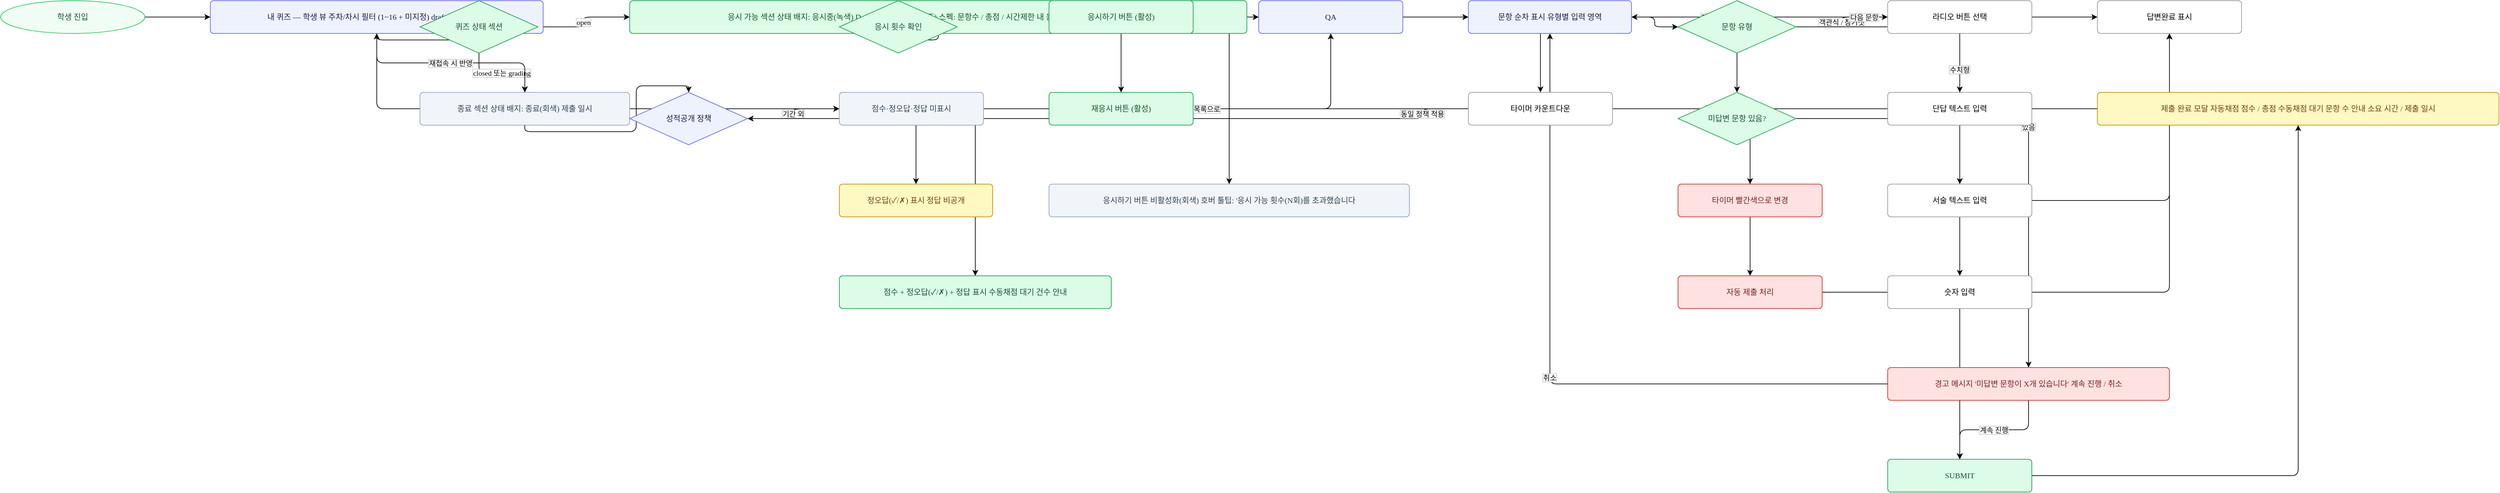
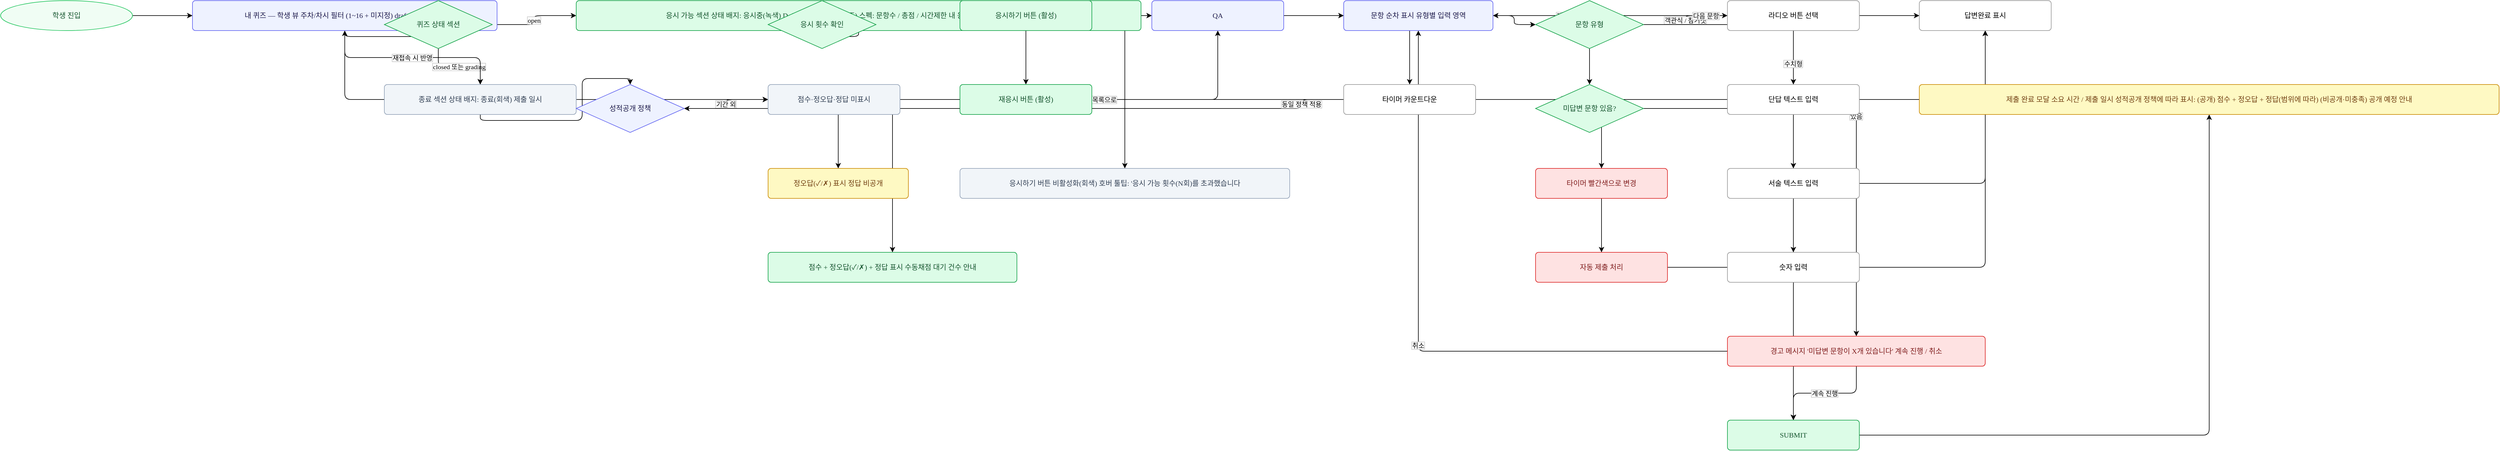
<mxGraphModel dx="2400" dy="1200" grid="1" gridSize="10" guides="1" tooltips="1" connect="1" arrows="1" fold="1" page="1" pageScale="1" pageWidth="3300" pageHeight="1169" math="0" shadow="0">
  <root>
    <mxCell id="0" />
    <mxCell id="1" parent="0" />
    <mxCell id="e30" value="" style="edgeStyle=orthogonalEdgeStyle;rounded=1;fontSize=11;fontFamily=Pretendard,sans-serif;labelBackgroundColor=#FFFFFF;labelBorderColor=#CCCCCC;" edge="1" source="n2" target="n3" parent="1">
      <mxGeometry relative="1" as="geometry" />
    </mxCell>
    <mxCell id="e31" value="" style="edgeStyle=orthogonalEdgeStyle;rounded=1;fontSize=11;fontFamily=Pretendard,sans-serif;labelBackgroundColor=#FFFFFF;labelBorderColor=#CCCCCC;" edge="1" source="n3" target="n4" parent="1">
      <mxGeometry relative="1" as="geometry" />
    </mxCell>
    <mxCell id="e32" value="open" style="edgeStyle=orthogonalEdgeStyle;rounded=1;fontSize=11;fontFamily=Pretendard,sans-serif;labelBackgroundColor=#FFFFFF;labelBorderColor=#CCCCCC;" edge="1" source="n4" target="n5" parent="1">
      <mxGeometry relative="1" as="geometry" />
    </mxCell>
    <mxCell id="e33" value="closed 또는 grading" style="edgeStyle=orthogonalEdgeStyle;rounded=1;fontSize=11;fontFamily=Pretendard,sans-serif;labelBackgroundColor=#FFFFFF;labelBorderColor=#CCCCCC;" edge="1" source="n4" target="n6" parent="1">
      <mxGeometry relative="1" as="geometry" />
    </mxCell>
    <mxCell id="e34" value="" style="edgeStyle=orthogonalEdgeStyle;rounded=1;fontSize=11;fontFamily=Pretendard,sans-serif;labelBackgroundColor=#FFFFFF;labelBorderColor=#CCCCCC;" edge="1" source="n6" target="n7" parent="1">
      <mxGeometry relative="1" as="geometry" />
    </mxCell>
    <mxCell id="e35" value="비공개" style="edgeStyle=orthogonalEdgeStyle;rounded=1;fontSize=11;fontFamily=Pretendard,sans-serif;labelBackgroundColor=#FFFFFF;labelBorderColor=#CCCCCC;" edge="1" source="n7" target="n8" parent="1">
      <mxGeometry relative="1" as="geometry" />
    </mxCell>
    <mxCell id="e36" value="오답여부만" style="edgeStyle=orthogonalEdgeStyle;rounded=1;fontSize=11;fontFamily=Pretendard,sans-serif;labelBackgroundColor=#FFFFFF;labelBorderColor=#CCCCCC;" edge="1" source="n7" target="n9" parent="1">
      <mxGeometry relative="1" as="geometry" />
    </mxCell>
    <mxCell id="e37" value="정답까지·마감후·기간내" style="edgeStyle=orthogonalEdgeStyle;rounded=1;fontSize=11;fontFamily=Pretendard,sans-serif;labelBackgroundColor=#FFFFFF;labelBorderColor=#CCCCCC;" edge="1" source="n7" target="n10" parent="1">
      <mxGeometry relative="1" as="geometry" />
    </mxCell>
    <mxCell id="e38" value="기간 외" style="edgeStyle=orthogonalEdgeStyle;rounded=1;fontSize=11;fontFamily=Pretendard,sans-serif;labelBackgroundColor=#FFFFFF;labelBorderColor=#CCCCCC;" edge="1" source="n7" target="n8" parent="1">
      <mxGeometry relative="1" as="geometry" />
    </mxCell>
    <mxCell id="e39" value="" style="edgeStyle=orthogonalEdgeStyle;rounded=1;fontSize=11;fontFamily=Pretendard,sans-serif;labelBackgroundColor=#FFFFFF;labelBorderColor=#CCCCCC;" edge="1" source="n5" target="n11" parent="1">
      <mxGeometry relative="1" as="geometry" />
    </mxCell>
    <mxCell id="e40" value="allowAttempts 미초과 + 첫 응시" style="edgeStyle=orthogonalEdgeStyle;rounded=1;fontSize=11;fontFamily=Pretendard,sans-serif;labelBackgroundColor=#FFFFFF;labelBorderColor=#CCCCCC;" edge="1" source="n11" target="n12" parent="1">
      <mxGeometry relative="1" as="geometry" />
    </mxCell>
    <mxCell id="e41" value="allowAttempts 미초과 + 재응시" style="edgeStyle=orthogonalEdgeStyle;rounded=1;fontSize=11;fontFamily=Pretendard,sans-serif;labelBackgroundColor=#FFFFFF;labelBorderColor=#CCCCCC;" edge="1" source="n11" target="n13" parent="1">
      <mxGeometry relative="1" as="geometry" />
    </mxCell>
    <mxCell id="e42" value="allowAttempts 초과" style="edgeStyle=orthogonalEdgeStyle;rounded=1;fontSize=11;fontFamily=Pretendard,sans-serif;labelBackgroundColor=#FFFFFF;labelBorderColor=#CCCCCC;" edge="1" source="n11" target="n14" parent="1">
      <mxGeometry relative="1" as="geometry" />
    </mxCell>
    <mxCell id="e43" value="" style="edgeStyle=orthogonalEdgeStyle;rounded=1;fontSize=11;fontFamily=Pretendard,sans-serif;labelBackgroundColor=#FFFFFF;labelBorderColor=#CCCCCC;" edge="1" source="n12" target="n15" parent="1">
      <mxGeometry relative="1" as="geometry" />
    </mxCell>
    <mxCell id="e44" value="" style="edgeStyle=orthogonalEdgeStyle;rounded=1;fontSize=11;fontFamily=Pretendard,sans-serif;labelBackgroundColor=#FFFFFF;labelBorderColor=#CCCCCC;" edge="1" source="n13" target="n15" parent="1">
      <mxGeometry relative="1" as="geometry" />
    </mxCell>
    <mxCell id="e45" value="" style="edgeStyle=orthogonalEdgeStyle;rounded=1;fontSize=11;fontFamily=Pretendard,sans-serif;labelBackgroundColor=#FFFFFF;labelBorderColor=#CCCCCC;" edge="1" source="n15" target="n16" parent="1">
      <mxGeometry relative="1" as="geometry" />
    </mxCell>
    <mxCell id="e46" value="" style="edgeStyle=orthogonalEdgeStyle;rounded=1;fontSize=11;fontFamily=Pretendard,sans-serif;labelBackgroundColor=#FFFFFF;labelBorderColor=#CCCCCC;" edge="1" source="n16" target="n17" parent="1">
      <mxGeometry relative="1" as="geometry" />
    </mxCell>
    <mxCell id="e47" value="객관식 / 참거짓" style="edgeStyle=orthogonalEdgeStyle;rounded=1;fontSize=11;fontFamily=Pretendard,sans-serif;labelBackgroundColor=#FFFFFF;labelBorderColor=#CCCCCC;" edge="1" source="n17" target="n18" parent="1">
      <mxGeometry relative="1" as="geometry" />
    </mxCell>
    <mxCell id="e48" value="단답형" style="edgeStyle=orthogonalEdgeStyle;rounded=1;fontSize=11;fontFamily=Pretendard,sans-serif;labelBackgroundColor=#FFFFFF;labelBorderColor=#CCCCCC;" edge="1" source="n17" target="n19" parent="1">
      <mxGeometry relative="1" as="geometry" />
    </mxCell>
    <mxCell id="e49" value="서술형" style="edgeStyle=orthogonalEdgeStyle;rounded=1;fontSize=11;fontFamily=Pretendard,sans-serif;labelBackgroundColor=#FFFFFF;labelBorderColor=#CCCCCC;" edge="1" source="n17" target="n20" parent="1">
      <mxGeometry relative="1" as="geometry" />
    </mxCell>
    <mxCell id="e50" value="수치형" style="edgeStyle=orthogonalEdgeStyle;rounded=1;fontSize=11;fontFamily=Pretendard,sans-serif;labelBackgroundColor=#FFFFFF;labelBorderColor=#CCCCCC;" edge="1" source="n17" target="n21" parent="1">
      <mxGeometry relative="1" as="geometry" />
    </mxCell>
    <mxCell id="e51" value="" style="edgeStyle=orthogonalEdgeStyle;rounded=1;fontSize=11;fontFamily=Pretendard,sans-serif;labelBackgroundColor=#FFFFFF;labelBorderColor=#CCCCCC;" edge="1" source="n18" target="n22" parent="1">
      <mxGeometry relative="1" as="geometry" />
    </mxCell>
    <mxCell id="e52" value="" style="edgeStyle=orthogonalEdgeStyle;rounded=1;fontSize=11;fontFamily=Pretendard,sans-serif;labelBackgroundColor=#FFFFFF;labelBorderColor=#CCCCCC;" edge="1" source="n19" target="n22" parent="1">
      <mxGeometry relative="1" as="geometry" />
    </mxCell>
    <mxCell id="e53" value="" style="edgeStyle=orthogonalEdgeStyle;rounded=1;fontSize=11;fontFamily=Pretendard,sans-serif;labelBackgroundColor=#FFFFFF;labelBorderColor=#CCCCCC;" edge="1" source="n20" target="n22" parent="1">
      <mxGeometry relative="1" as="geometry" />
    </mxCell>
    <mxCell id="e54" value="" style="edgeStyle=orthogonalEdgeStyle;rounded=1;fontSize=11;fontFamily=Pretendard,sans-serif;labelBackgroundColor=#FFFFFF;labelBorderColor=#CCCCCC;" edge="1" source="n21" target="n22" parent="1">
      <mxGeometry relative="1" as="geometry" />
    </mxCell>
    <mxCell id="e55" value="다음 문항" style="edgeStyle=orthogonalEdgeStyle;rounded=1;fontSize=11;fontFamily=Pretendard,sans-serif;labelBackgroundColor=#FFFFFF;labelBorderColor=#CCCCCC;" edge="1" source="n22" target="n16" parent="1">
      <mxGeometry relative="1" as="geometry" />
    </mxCell>
    <mxCell id="e56" value="" style="edgeStyle=orthogonalEdgeStyle;rounded=1;fontSize=11;fontFamily=Pretendard,sans-serif;labelBackgroundColor=#FFFFFF;labelBorderColor=#CCCCCC;" edge="1" source="n15" target="n23" parent="1">
      <mxGeometry relative="1" as="geometry" />
    </mxCell>
    <mxCell id="e57" value="5분 미만" style="edgeStyle=orthogonalEdgeStyle;rounded=1;fontSize=11;fontFamily=Pretendard,sans-serif;labelBackgroundColor=#FFFFFF;labelBorderColor=#CCCCCC;" edge="1" source="n23" target="n24" parent="1">
      <mxGeometry relative="1" as="geometry" />
    </mxCell>
    <mxCell id="e58" value="0초 도달" style="edgeStyle=orthogonalEdgeStyle;rounded=1;fontSize=11;fontFamily=Pretendard,sans-serif;labelBackgroundColor=#FFFFFF;labelBorderColor=#CCCCCC;" edge="1" source="n23" target="n25" parent="1">
      <mxGeometry relative="1" as="geometry" />
    </mxCell>
    <mxCell id="e59" value="제출하기 버튼" style="edgeStyle=orthogonalEdgeStyle;rounded=1;fontSize=11;fontFamily=Pretendard,sans-serif;labelBackgroundColor=#FFFFFF;labelBorderColor=#CCCCCC;" edge="1" source="n16" target="n26" parent="1">
      <mxGeometry relative="1" as="geometry" />
    </mxCell>
    <mxCell id="e60" value="있음" style="edgeStyle=orthogonalEdgeStyle;rounded=1;fontSize=11;fontFamily=Pretendard,sans-serif;labelBackgroundColor=#FFFFFF;labelBorderColor=#CCCCCC;" edge="1" source="n26" target="n27" parent="1">
      <mxGeometry relative="1" as="geometry" />
    </mxCell>
    <mxCell id="e61" value="계속 진행" style="edgeStyle=orthogonalEdgeStyle;rounded=1;fontSize=11;fontFamily=Pretendard,sans-serif;labelBackgroundColor=#FFFFFF;labelBorderColor=#CCCCCC;" edge="1" source="n27" target="n28" parent="1">
      <mxGeometry relative="1" as="geometry" />
    </mxCell>
    <mxCell id="e62" value="취소" style="edgeStyle=orthogonalEdgeStyle;rounded=1;fontSize=11;fontFamily=Pretendard,sans-serif;labelBackgroundColor=#FFFFFF;labelBorderColor=#CCCCCC;" edge="1" source="n27" target="n16" parent="1">
      <mxGeometry relative="1" as="geometry" />
    </mxCell>
    <mxCell id="e63" value="없음" style="edgeStyle=orthogonalEdgeStyle;rounded=1;fontSize=11;fontFamily=Pretendard,sans-serif;labelBackgroundColor=#FFFFFF;labelBorderColor=#CCCCCC;" edge="1" source="n26" target="n28" parent="1">
      <mxGeometry relative="1" as="geometry" />
    </mxCell>
    <mxCell id="e64" value="" style="edgeStyle=orthogonalEdgeStyle;rounded=1;fontSize=11;fontFamily=Pretendard,sans-serif;labelBackgroundColor=#FFFFFF;labelBorderColor=#CCCCCC;" edge="1" source="n25" target="n28" parent="1">
      <mxGeometry relative="1" as="geometry" />
    </mxCell>
    <mxCell id="e65" value="" style="edgeStyle=orthogonalEdgeStyle;rounded=1;fontSize=11;fontFamily=Pretendard,sans-serif;labelBackgroundColor=#FFFFFF;labelBorderColor=#CCCCCC;" edge="1" source="n28" target="n29" parent="1">
      <mxGeometry relative="1" as="geometry" />
    </mxCell>
    <mxCell id="e66" value="퀴즈 목록으로" style="edgeStyle=orthogonalEdgeStyle;rounded=1;fontSize=11;fontFamily=Pretendard,sans-serif;labelBackgroundColor=#FFFFFF;labelBorderColor=#CCCCCC;" edge="1" source="n29" target="n3" parent="1">
      <mxGeometry relative="1" as="geometry" />
    </mxCell>
    <mxCell id="e67" value="동일 정책 적용" style="edgeStyle=orthogonalEdgeStyle;rounded=1;fontSize=11;fontFamily=Pretendard,sans-serif;labelBackgroundColor=#FFFFFF;labelBorderColor=#CCCCCC;" edge="1" source="n29" target="n7" parent="1">
      <mxGeometry relative="1" as="geometry" />
    </mxCell>
    <mxCell id="e68" value="재접속 시 반영" style="edgeStyle=orthogonalEdgeStyle;rounded=1;fontSize=11;fontFamily=Pretendard,sans-serif;labelBackgroundColor=#FFFFFF;labelBorderColor=#CCCCCC;" edge="1" source="n3" target="n6" parent="1">
      <mxGeometry relative="1" as="geometry" />
    </mxCell>
    <mxCell id="n2" value="학생 진입" style="ellipse;fillColor=#F0FDF4;strokeColor=#22C55E;fontColor=#14532d;fontFamily=Pretendard,sans-serif;fontSize=12;align=center;whiteSpace=wrap;html=1;" vertex="1" parent="1">
      <mxGeometry x="60" y="60" width="220" height="50" as="geometry" />
    </mxCell>
    <mxCell id="n3" value="내 퀴즈 — 학생 뷰 주차/차시 필터 (1~16 + 미지정) draft 퀴즈 미표시" style="rounded=1;arcSize=10;fillColor=#EEF2FF;strokeColor=#6366F1;fontColor=#1e1b4b;fontFamily=Pretendard,sans-serif;fontSize=12;align=center;whiteSpace=wrap;html=1;" vertex="1" parent="1">
      <mxGeometry x="380" y="60" width="508" height="50" as="geometry" />
    </mxCell>
    <mxCell id="n4" value="퀴즈 상태 섹션" style="rhombus;verticalLabelPosition=middle;fillColor=#DCFCE7;strokeColor=#16A34A;fontColor=#14532d;fontFamily=Pretendard,sans-serif;fontSize=12;align=center;whiteSpace=wrap;html=1;" vertex="1" parent="1">
      <mxGeometry x="700" y="60" width="180" height="80" as="geometry" />
    </mxCell>
    <mxCell id="n5" value="응시 가능 섹션 상태 배지: 응시중(녹색) D-day 배지 (진행중 퀴즈) 스펙: 문항수 / 총점 / 시간제한 내 응시 배지: 채점 대기 / 채점 완료" style="rounded=1;arcSize=10;fillColor=#DCFCE7;strokeColor=#16A34A;fontColor=#14532d;fontFamily=Pretendard,sans-serif;fontSize=12;align=center;whiteSpace=wrap;html=1;" vertex="1" parent="1">
      <mxGeometry x="1020" y="60" width="942" height="50" as="geometry" />
    </mxCell>
    <mxCell id="n6" value="종료 섹션 상태 배지: 종료(회색) 제출 일시" style="rounded=1;arcSize=10;fillColor=#F1F5F9;strokeColor=#94A3B8;fontColor=#334155;fontFamily=Pretendard,sans-serif;fontSize=12;align=center;whiteSpace=wrap;html=1;" vertex="1" parent="1">
      <mxGeometry x="700" y="200" width="320" height="50" as="geometry" />
    </mxCell>
    <mxCell id="n7" value="성적공개 정책" style="rhombus;verticalLabelPosition=middle;fillColor=#EEF2FF;strokeColor=#6366F1;fontColor=#1e1b4b;fontFamily=Pretendard,sans-serif;fontSize=12;align=center;whiteSpace=wrap;html=1;" vertex="1" parent="1">
      <mxGeometry x="1020" y="200" width="180" height="80" as="geometry" />
    </mxCell>
    <mxCell id="n8" value="점수·정오답·정답 미표시" style="rounded=1;arcSize=10;fillColor=#F1F5F9;strokeColor=#94A3B8;fontColor=#334155;fontFamily=Pretendard,sans-serif;fontSize=12;align=center;whiteSpace=wrap;html=1;" vertex="1" parent="1">
      <mxGeometry x="1340" y="200" width="220" height="50" as="geometry" />
    </mxCell>
    <mxCell id="n9" value="정오답(✓/✗) 표시 정답 비공개" style="rounded=1;arcSize=10;fillColor=#FEF9C3;strokeColor=#CA8A04;fontColor=#713f12;fontFamily=Pretendard,sans-serif;fontSize=12;align=center;whiteSpace=wrap;html=1;" vertex="1" parent="1">
      <mxGeometry x="1340" y="340" width="234" height="50" as="geometry" />
    </mxCell>
    <mxCell id="n10" value="점수 + 정오답(✓/✗) + 정답 표시 수동채점 대기 건수 안내" style="rounded=1;arcSize=10;fillColor=#DCFCE7;strokeColor=#16A34A;fontColor=#14532d;fontFamily=Pretendard,sans-serif;fontSize=12;align=center;whiteSpace=wrap;html=1;" vertex="1" parent="1">
      <mxGeometry x="1340" y="480" width="415" height="50" as="geometry" />
    </mxCell>
    <mxCell id="n11" value="응시 횟수 확인" style="rhombus;verticalLabelPosition=middle;fillColor=#DCFCE7;strokeColor=#16A34A;fontColor=#14532d;fontFamily=Pretendard,sans-serif;fontSize=12;align=center;whiteSpace=wrap;html=1;" vertex="1" parent="1">
      <mxGeometry x="1340" y="60" width="180" height="80" as="geometry" />
    </mxCell>
    <mxCell id="n12" value="응시하기 버튼 (활성)" style="rounded=1;arcSize=10;fillColor=#DCFCE7;strokeColor=#16A34A;fontColor=#14532d;fontFamily=Pretendard,sans-serif;fontSize=12;align=center;whiteSpace=wrap;html=1;" vertex="1" parent="1">
      <mxGeometry x="1660" y="60" width="220" height="50" as="geometry" />
    </mxCell>
    <mxCell id="n13" value="재응시 버튼 (활성)" style="rounded=1;arcSize=10;fillColor=#DCFCE7;strokeColor=#16A34A;fontColor=#14532d;fontFamily=Pretendard,sans-serif;fontSize=12;align=center;whiteSpace=wrap;html=1;" vertex="1" parent="1">
      <mxGeometry x="1660" y="200" width="220" height="50" as="geometry" />
    </mxCell>
    <mxCell id="n14" value="응시하기 버튼 비활성화(회색) 호버 툴팁: '응시 가능 횟수(N회)를 초과했습니다" style="rounded=1;arcSize=10;fillColor=#F1F5F9;strokeColor=#94A3B8;fontColor=#334155;fontFamily=Pretendard,sans-serif;fontSize=12;align=center;whiteSpace=wrap;html=1;" vertex="1" parent="1">
      <mxGeometry x="1660" y="340" width="550" height="50" as="geometry" />
    </mxCell>
    <mxCell id="n15" value="QA" style="rounded=1;arcSize=10;fillColor=#EEF2FF;strokeColor=#6366F1;fontColor=#1e1b4b;fontFamily=Pretendard,sans-serif;fontSize=12;align=center;whiteSpace=wrap;html=1;" vertex="1" parent="1">
      <mxGeometry x="1980" y="60" width="220" height="50" as="geometry" />
    </mxCell>
    <mxCell id="n16" value="문항 순차 표시 유형별 입력 영역" style="rounded=1;arcSize=10;fillColor=#EEF2FF;strokeColor=#6366F1;fontColor=#1e1b4b;fontFamily=Pretendard,sans-serif;fontSize=12;align=center;whiteSpace=wrap;html=1;" vertex="1" parent="1">
      <mxGeometry x="2300" y="60" width="249" height="50" as="geometry" />
    </mxCell>
    <mxCell id="n17" value="문항 유형" style="rhombus;verticalLabelPosition=middle;fillColor=#DCFCE7;strokeColor=#16A34A;fontColor=#14532d;fontFamily=Pretendard,sans-serif;fontSize=12;align=center;whiteSpace=wrap;html=1;" vertex="1" parent="1">
      <mxGeometry x="2620" y="60" width="180" height="80" as="geometry" />
    </mxCell>
    <mxCell id="n18" value="라디오 버튼 선택" style="rounded=1;arcSize=10;fillColor=#ffffff;strokeColor=#999999;fontColor=#000000;fontFamily=Pretendard,sans-serif;fontSize=12;align=center;whiteSpace=wrap;html=1;" vertex="1" parent="1">
      <mxGeometry x="2940" y="60" width="220" height="50" as="geometry" />
    </mxCell>
    <mxCell id="n19" value="단답 텍스트 입력" style="rounded=1;arcSize=10;fillColor=#ffffff;strokeColor=#999999;fontColor=#000000;fontFamily=Pretendard,sans-serif;fontSize=12;align=center;whiteSpace=wrap;html=1;" vertex="1" parent="1">
      <mxGeometry x="2940" y="200" width="220" height="50" as="geometry" />
    </mxCell>
    <mxCell id="n20" value="서술 텍스트 입력" style="rounded=1;arcSize=10;fillColor=#ffffff;strokeColor=#999999;fontColor=#000000;fontFamily=Pretendard,sans-serif;fontSize=12;align=center;whiteSpace=wrap;html=1;" vertex="1" parent="1">
      <mxGeometry x="2940" y="340" width="220" height="50" as="geometry" />
    </mxCell>
    <mxCell id="n21" value="숫자 입력" style="rounded=1;arcSize=10;fillColor=#ffffff;strokeColor=#999999;fontColor=#000000;fontFamily=Pretendard,sans-serif;fontSize=12;align=center;whiteSpace=wrap;html=1;" vertex="1" parent="1">
      <mxGeometry x="2940" y="480" width="220" height="50" as="geometry" />
    </mxCell>
    <mxCell id="n22" value="답변완료 표시" style="rounded=1;arcSize=10;fillColor=#ffffff;strokeColor=#999999;fontColor=#000000;fontFamily=Pretendard,sans-serif;fontSize=12;align=center;whiteSpace=wrap;html=1;" vertex="1" parent="1">
      <mxGeometry x="3260" y="60" width="220" height="50" as="geometry" />
    </mxCell>
    <mxCell id="n23" value="타이머 카운트다운" style="rounded=1;arcSize=10;fillColor=#ffffff;strokeColor=#999999;fontColor=#000000;fontFamily=Pretendard,sans-serif;fontSize=12;align=center;whiteSpace=wrap;html=1;" vertex="1" parent="1">
      <mxGeometry x="2300" y="200" width="220" height="50" as="geometry" />
    </mxCell>
    <mxCell id="n24" value="타이머 빨간색으로 변경" style="rounded=1;arcSize=10;fillColor=#FEE2E2;strokeColor=#DC2626;fontColor=#7f1d1d;fontFamily=Pretendard,sans-serif;fontSize=12;align=center;whiteSpace=wrap;html=1;" vertex="1" parent="1">
      <mxGeometry x="2620" y="340" width="220" height="50" as="geometry" />
    </mxCell>
    <mxCell id="n25" value="자동 제출 처리" style="rounded=1;arcSize=10;fillColor=#FEE2E2;strokeColor=#DC2626;fontColor=#7f1d1d;fontFamily=Pretendard,sans-serif;fontSize=12;align=center;whiteSpace=wrap;html=1;" vertex="1" parent="1">
      <mxGeometry x="2620" y="480" width="220" height="50" as="geometry" />
    </mxCell>
    <mxCell id="n26" value="미답변 문항 있음?" style="rhombus;verticalLabelPosition=middle;fillColor=#DCFCE7;strokeColor=#16A34A;fontColor=#14532d;fontFamily=Pretendard,sans-serif;fontSize=12;align=center;whiteSpace=wrap;html=1;" vertex="1" parent="1">
      <mxGeometry x="2620" y="200" width="180" height="80" as="geometry" />
    </mxCell>
    <mxCell id="n27" value="경고 메시지 '미답변 문항이 X개 있습니다' 계속 진행 / 취소" style="rounded=1;arcSize=10;fillColor=#FEE2E2;strokeColor=#DC2626;fontColor=#7f1d1d;fontFamily=Pretendard,sans-serif;fontSize=12;align=center;whiteSpace=wrap;html=1;" vertex="1" parent="1">
      <mxGeometry x="2940" y="620" width="430" height="50" as="geometry" />
    </mxCell>
    <mxCell id="n28" value="SUBMIT" style="rounded=1;arcSize=10;fillColor=#DCFCE7;strokeColor=#16A34A;fontColor=#14532d;fontFamily=Pretendard,sans-serif;fontSize=12;align=center;whiteSpace=wrap;html=1;" vertex="1" parent="1">
      <mxGeometry x="2940" y="760" width="220" height="50" as="geometry" />
    </mxCell>
-     <mxCell id="n29" value="제출 완료 모달 자동채점 점수 / 총점 수동채점 대기 문항 수 안내 소요 시간 / 제출 일시" style="rounded=1;arcSize=10;fillColor=#FEF9C3;strokeColor=#CA8A04;fontColor=#713f12;fontFamily=Pretendard,sans-serif;fontSize=12;align=center;whiteSpace=wrap;html=1;" vertex="1" parent="1">
-       <mxGeometry x="3260" y="200" width="613" height="50" as="geometry" />
+     <mxCell id="n29" value="제출 완료 모달 소요 시간 / 제출 일시 성적공개 정책에 따라 표시: (공개) 점수 + 정오답 + 정답(범위에 따라) (비공개·미충족) 공개 예정 안내" style="rounded=1;arcSize=10;fillColor=#FEF9C3;strokeColor=#CA8A04;fontColor=#713f12;fontFamily=Pretendard,sans-serif;fontSize=12;align=center;whiteSpace=wrap;html=1;" vertex="1" parent="1">
+       <mxGeometry x="3260" y="200" width="967" height="50" as="geometry" />
    </mxCell>
  </root>
</mxGraphModel>